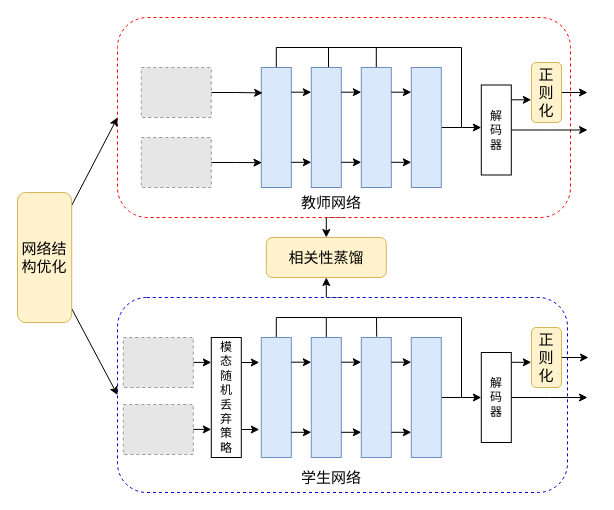
Losh-shi/graduate_map keeps this draw.io diagram as 1-2主要内容.drawio. Above is the earlier version. Source tidied: cells renumbered, new cells numbered last; positions are measured from the earlier drawing's top-left corner, leaving out a move shared by most shapes. Both pictures are drawn from the tidied source at 100%, with x=0, y=0 at pixel (17, 17). Pictures stored in the file or linked from it are replaced by grey dashed boxes.
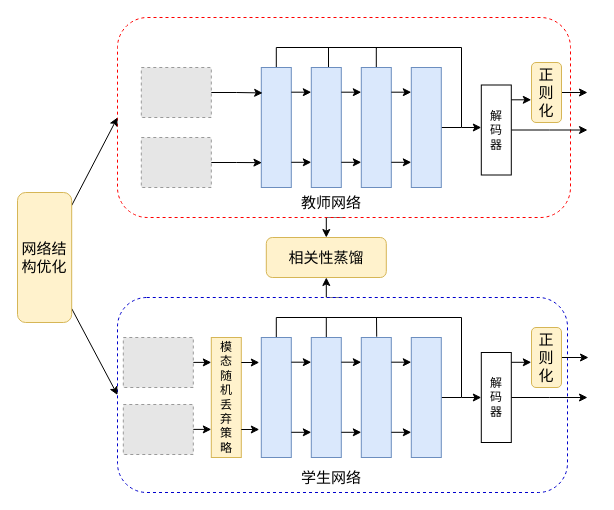
Above is the later version.

Commit message:
更新1-2主要内容.drawio

The edit, as a diff of the source:
```diff
@@
-    <mxCell id="42" value="&lt;font face=&quot;宋体&quot;&gt;模&lt;/font&gt;&lt;div&gt;&lt;font face=&quot;宋体&quot;&gt;态&lt;/font&gt;&lt;/div&gt;&lt;div&gt;&lt;span style=&quot;font-family: 宋体; background-color: initial;&quot;&gt;随&lt;/span&gt;&lt;/div&gt;&lt;div&gt;&lt;span style=&quot;font-family: 宋体; background-color: initial;&quot;&gt;机&lt;/span&gt;&lt;/div&gt;&lt;div&gt;&lt;span style=&quot;font-family: 宋体; background-color: initial;&quot;&gt;丢&lt;/span&gt;&lt;/div&gt;&lt;div&gt;&lt;span style=&quot;font-family: 宋体; background-color: initial;&quot;&gt;弃&lt;/span&gt;&lt;/div&gt;&lt;div&gt;&lt;span style=&quot;font-family: 宋体; background-color: initial;&quot;&gt;策&lt;/span&gt;&lt;/div&gt;&lt;div&gt;&lt;span style=&quot;font-family: 宋体; background-color: initial;&quot;&gt;略&lt;/span&gt;&lt;br&gt;&lt;/div&gt;" style="rounded=0;whiteSpace=wrap;html=1;" parent="1" vertex="1">
+    <mxCell id="42" value="&lt;font face=&quot;宋体&quot;&gt;模&lt;/font&gt;&lt;div&gt;&lt;font face=&quot;宋体&quot;&gt;态&lt;/font&gt;&lt;/div&gt;&lt;div&gt;&lt;span style=&quot;font-family: 宋体; background-color: initial;&quot;&gt;随&lt;/span&gt;&lt;/div&gt;&lt;div&gt;&lt;span style=&quot;font-family: 宋体; background-color: initial;&quot;&gt;机&lt;/span&gt;&lt;/div&gt;&lt;div&gt;&lt;span style=&quot;font-family: 宋体; background-color: initial;&quot;&gt;丢&lt;/span&gt;&lt;/div&gt;&lt;div&gt;&lt;span style=&quot;font-family: 宋体; background-color: initial;&quot;&gt;弃&lt;/span&gt;&lt;/div&gt;&lt;div&gt;&lt;span style=&quot;font-family: 宋体; background-color: initial;&quot;&gt;策&lt;/span&gt;&lt;/div&gt;&lt;div&gt;&lt;span style=&quot;font-family: 宋体; background-color: initial;&quot;&gt;略&lt;/span&gt;&lt;br&gt;&lt;/div&gt;" style="rounded=0;whiteSpace=wrap;html=1;fillColor=#fff2cc;strokeColor=#d6b656;" parent="1" vertex="1">
       <mxGeometry x="193.8" y="320" width="30" height="120" as="geometry" />
     </mxCell>
```
